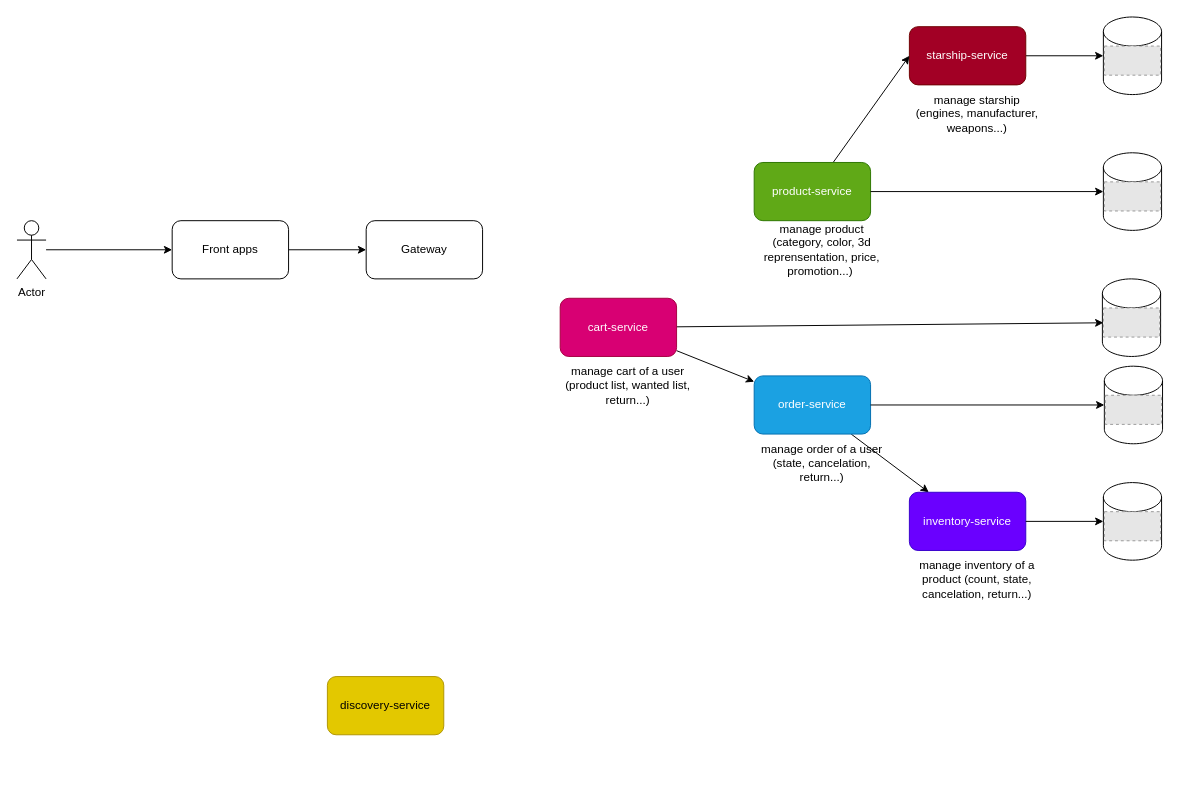
The draw.io diagram page "Microservices orientation" (2 of 3) of starshipShop.drawio in skrollu/StarshipShop, before the edit. Source tidied: cells renumbered, new cells numbered last; positions are measured from the earlier drawing's top-left corner, leaving out a move shared by most shapes. Both pictures are drawn from the tidied source at 97%, with x=0, y=0 at pixel (16, 16). Pictures stored in the file or linked from it are replaced by grey dashed boxes.
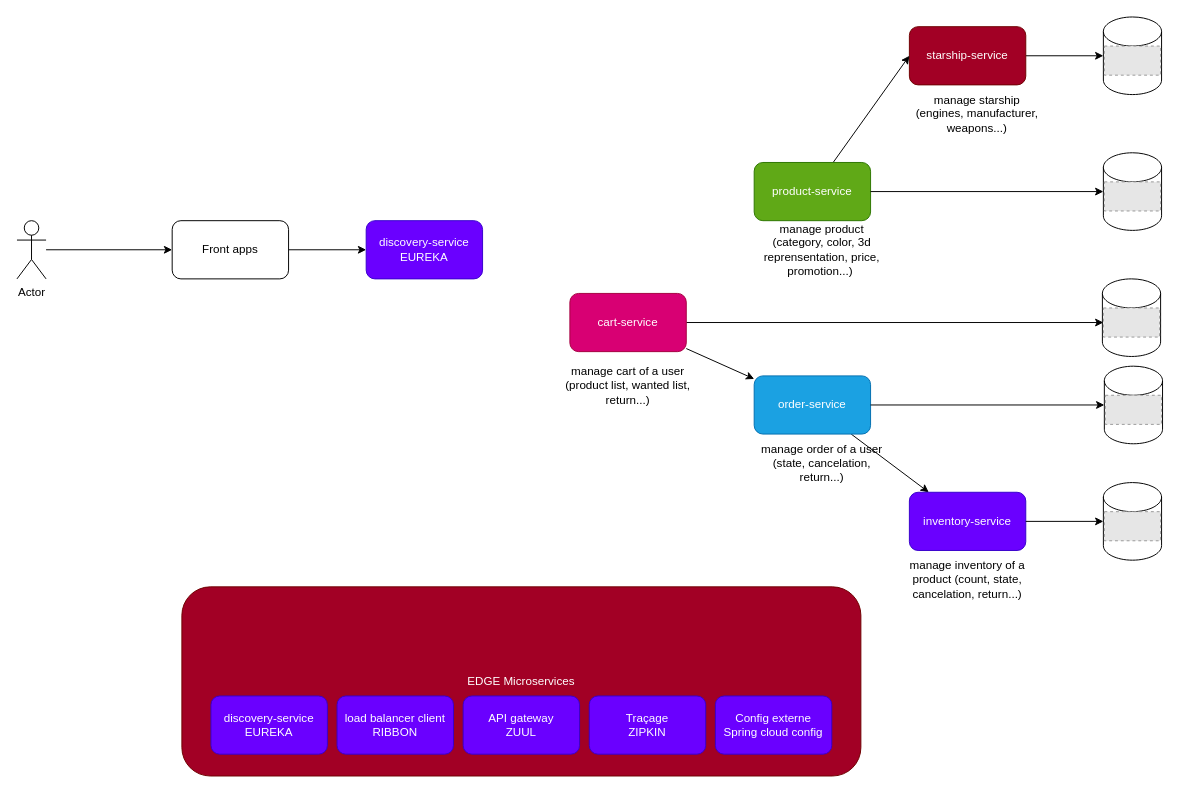
Above is the later version.

Commit message:
doc: add ideas on the schema

try to have a global view on a micro services orientation

Unchanged cells that the change refers to:
```xml
<mxCell id="36" value="Front apps" style="rounded=1;whiteSpace=wrap;html=1;" parent="1" vertex="1">
  <mxGeometry x="160" y="210" width="120" height="60" as="geometry" />
</mxCell>
```

Change to the diagram source:
```diff
@@
     <mxCell id="14" value="manage inventory of a product (count, state, cancelation, return...)" style="text;html=1;align=center;verticalAlign=middle;whiteSpace=wrap;rounded=0;" parent="1" vertex="1">
-      <mxGeometry x="920" y="550" width="140" height="60" as="geometry" />
+      <mxGeometry x="910" y="550" width="140" height="60" as="geometry" />
     </mxCell>
@@
-    <mxCell id="27" value="Gateway" style="rounded=1;whiteSpace=wrap;html=1;" parent="1" vertex="1">
-      <mxGeometry x="360" y="210" width="120" height="60" as="geometry" />
-    </mxCell>
@@
     <mxCell id="30" value="cart-service" style="rounded=1;whiteSpace=wrap;html=1;fillColor=#d80073;fontColor=#ffffff;strokeColor=#A50040;" parent="1" vertex="1">
-      <mxGeometry x="560" y="290" width="120" height="60" as="geometry" />
+      <mxGeometry x="570" y="285" width="120" height="60" as="geometry" />
     </mxCell>
@@
-    <mxCell id="34" value="discovery-service" style="rounded=1;whiteSpace=wrap;html=1;fillColor=#e3c800;fontColor=#000000;strokeColor=#B09500;" parent="1" vertex="1">
-      <mxGeometry x="320" y="680" width="120" height="60" as="geometry" />
-    </mxCell>
-    <mxCell id="35" style="edgeStyle=none;html=1;entryX=0;entryY=0.5;entryDx=0;entryDy=0;" parent="1" edge="1" source="36" target="27">
+    <mxCell id="35" style="edgeStyle=none;html=1;" parent="1" edge="1" source="36" target="41">
       <mxGeometry relative="1" as="geometry" />
     </mxCell>
@@
+    <mxCell id="37" value="EDGE Microservices" style="rounded=1;whiteSpace=wrap;html=1;fillColor=#a20025;strokeColor=#6F0000;fontColor=#ffffff;" parent="1" vertex="1">
+      <mxGeometry x="170" y="587.5" width="700" height="195" as="geometry" />
+    </mxCell>
+    <mxCell id="34" value="discovery-service&lt;br&gt;EUREKA" style="rounded=1;whiteSpace=wrap;html=1;fillColor=#6a00ff;fontColor=#ffffff;strokeColor=#3700CC;" parent="1" vertex="1">
+      <mxGeometry x="200" y="700" width="120" height="60" as="geometry" />
+    </mxCell>
+    <mxCell id="38" value="load balancer client&lt;br&gt;RIBBON" style="rounded=1;whiteSpace=wrap;html=1;fillColor=#6a00ff;fontColor=#ffffff;strokeColor=#3700CC;" parent="1" vertex="1">
+      <mxGeometry x="330" y="700" width="120" height="60" as="geometry" />
+    </mxCell>
+    <mxCell id="39" value="API gateway&lt;br&gt;ZUUL" style="rounded=1;whiteSpace=wrap;html=1;fillColor=#6a00ff;fontColor=#ffffff;strokeColor=#3700CC;" parent="1" vertex="1">
+      <mxGeometry x="460" y="700" width="120" height="60" as="geometry" />
+    </mxCell>
+    <mxCell id="40" value="Traçage&lt;br&gt;ZIPKIN" style="rounded=1;whiteSpace=wrap;html=1;fillColor=#6a00ff;fontColor=#ffffff;strokeColor=#3700CC;" parent="1" vertex="1">
+      <mxGeometry x="590" y="700" width="120" height="60" as="geometry" />
+    </mxCell>
+    <mxCell id="41" value="discovery-service&lt;br&gt;EUREKA" style="rounded=1;whiteSpace=wrap;html=1;fillColor=#6a00ff;fontColor=#ffffff;strokeColor=#3700CC;" parent="1" vertex="1">
+      <mxGeometry x="360" y="210" width="120" height="60" as="geometry" />
+    </mxCell>
+    <mxCell id="42" value="Config externe&lt;br&gt;Spring cloud config" style="rounded=1;whiteSpace=wrap;html=1;fillColor=#6a00ff;fontColor=#ffffff;strokeColor=#3700CC;" parent="1" vertex="1">
+      <mxGeometry x="720" y="700" width="120" height="60" as="geometry" />
+    </mxCell>
```
